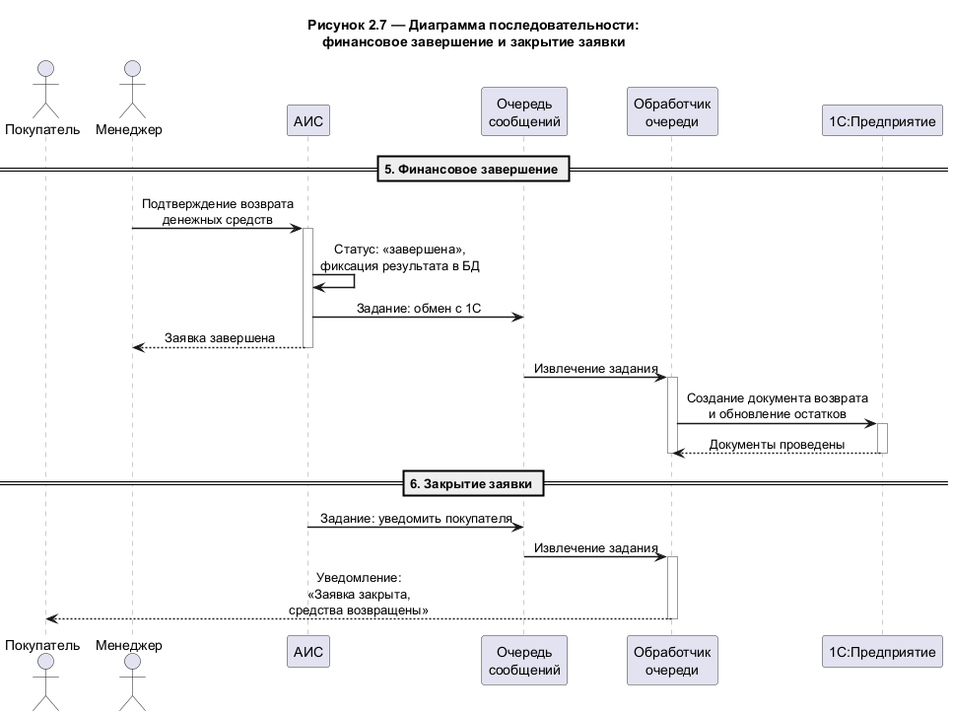
IlyaEranov/testingreg keeps this PlantUML diagram as diagrams/seq_stage3_financial.png. Above is the earlier version. Source of this version:
```plantuml
@startuml
skinparam backgroundColor #FFFFFF
skinparam sequenceArrowThickness 1.5
skinparam sequenceParticipantBorderColor #333333
skinparam sequenceLifeLineBorderColor #999999
skinparam sequenceMessageAlign center
skinparam responseMessageBelowArrow true
skinparam maxMessageSize 200

title Рисунок 2.7 — Диаграмма последовательности:\nфинансовое завершение и закрытие заявки

actor "Покупатель" as customer
actor "Менеджер" as manager
participant "АИС" as ais
participant "Очередь\nсообщений" as queue
participant "Обработчик\nочереди" as worker
participant "1С:Предприятие" as onec

== 5. Финансовое завершение ==

manager -> ais : Подтверждение возврата\nденежных средств
activate ais
ais -> ais : Статус: «завершена»,\nфиксация результата в БД
ais -> queue : Задание: обмен с 1С
ais --> manager : Заявка завершена
deactivate ais

queue -> worker : Извлечение задания
activate worker
worker -> onec : Создание документа возврата\nи обновление остатков
activate onec
onec --> worker : Документы проведены
deactivate onec
deactivate worker

== 6. Закрытие заявки ==

ais -> queue : Задание: уведомить покупателя
queue -> worker : Извлечение задания
activate worker
worker --> customer : Уведомление:\n«Заявка закрыта,\nсредства возвращены»
deactivate worker

@enduml
```
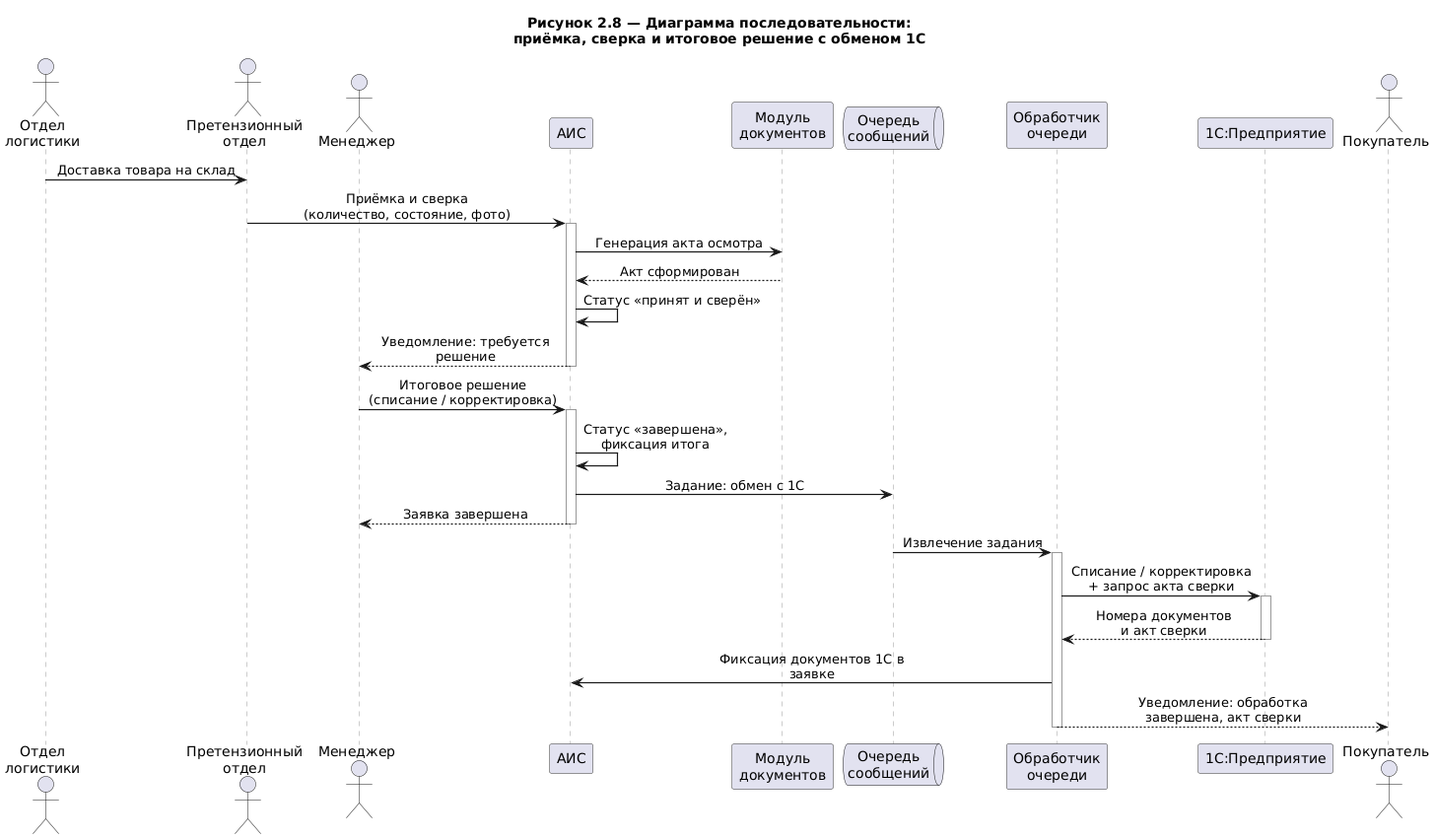
Above is the later version.

Diff of the diagram source:
```diff
@@ -1,44 +1,49 @@
 @startuml
 skinparam backgroundColor #FFFFFF
-skinparam sequenceArrowThickness 1.5
+skinparam sequenceArrowThickness 1.2
 skinparam sequenceParticipantBorderColor #333333
 skinparam sequenceLifeLineBorderColor #999999
 skinparam sequenceMessageAlign center
 skinparam responseMessageBelowArrow true
-skinparam maxMessageSize 200
+skinparam maxMessageSize 230
+skinparam defaultFontName "Segoe UI"
 
-title Рисунок 2.7 — Диаграмма последовательности:\nфинансовое завершение и закрытие заявки
+title Рисунок 2.8 — Диаграмма последовательности:\nприёмка, сверка и итоговое решение с обменом 1С
 
-actor "Покупатель" as customer
+actor "Отдел\nлогистики" as logistics
+actor "Претензионный\nотдел" as claims
 actor "Менеджер" as manager
 participant "АИС" as ais
-participant "Очередь\nсообщений" as queue
+participant "Модуль\nдокументов" as docs
+queue "Очередь\nсообщений" as queue
 participant "Обработчик\nочереди" as worker
 participant "1С:Предприятие" as onec
+actor "Покупатель" as customer
 
-== 5. Финансовое завершение ==
+logistics -> claims : Доставка товара на склад
+claims -> ais : Приёмка и сверка\n(количество, состояние, фото)
+activate ais
+ais -> docs : Генерация акта осмотра
+docs --> ais : Акт сформирован
+ais -> ais : Статус «принят и сверён»
+ais --> manager : Уведомление: требуется решение
+deactivate ais
 
-manager -> ais : Подтверждение возврата\nденежных средств
+manager -> ais : Итоговое решение\n(списание / корректировка)
 activate ais
-ais -> ais : Статус: «завершена»,\nфиксация результата в БД
+ais -> ais : Статус «завершена»,\nфиксация итога
 ais -> queue : Задание: обмен с 1С
 ais --> manager : Заявка завершена
 deactivate ais
 
 queue -> worker : Извлечение задания
 activate worker
-worker -> onec : Создание документа возврата\nи обновление остатков
+worker -> onec : Списание / корректировка\n+ запрос акта сверки
 activate onec
-onec --> worker : Документы проведены
+onec --> worker : Номера документов\nи акт сверки
 deactivate onec
-deactivate worker
-
-== 6. Закрытие заявки ==
-
-ais -> queue : Задание: уведомить покупателя
-queue -> worker : Извлечение задания
-activate worker
-worker --> customer : Уведомление:\n«Заявка закрыта,\nсредства возвращены»
+worker -> ais : Фиксация документов 1С в заявке
+worker --> customer : Уведомление: обработка\nзавершена, акт сверки
 deactivate worker
 
 @enduml
```
